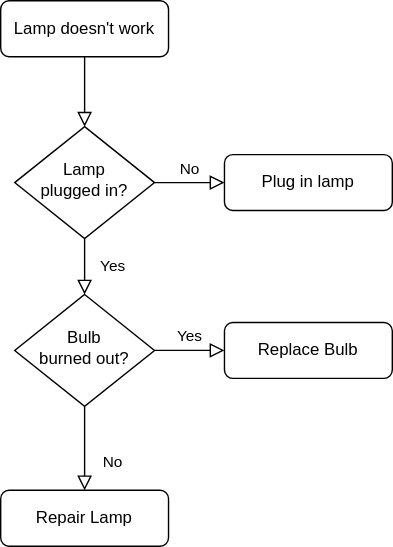
Earlier version of the draw.io export Flow-Planning.drawio.svg (anixn/Diagrams.net). Source tidied: cells renumbered, new cells last; positions are measured from the earlier drawing's top-left corner, leaving out a move shared by most shapes.
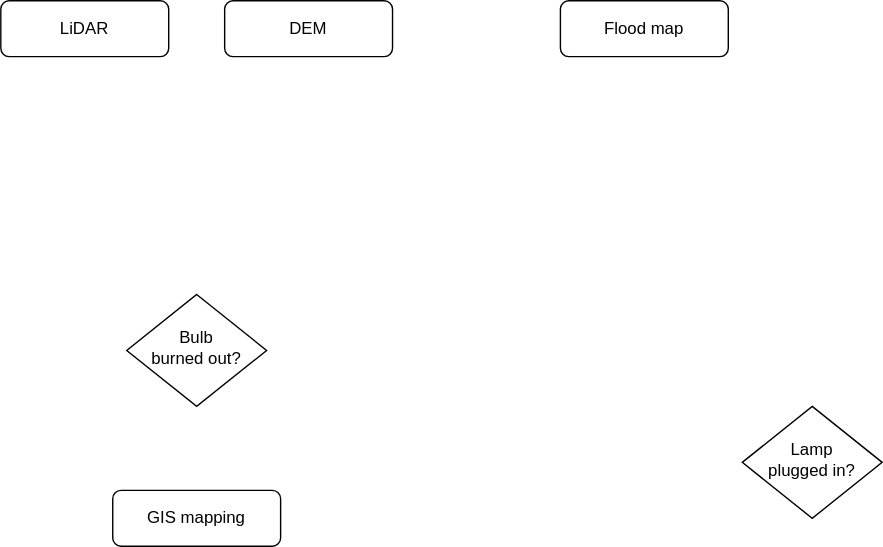
The same file after the commit.

Change to the diagram source:
```diff
@@ -2,38 +2,23 @@
   <root>
     <mxCell id="0" />
     <mxCell id="1" parent="0" />
-    <mxCell id="2" style="rounded=0;html=1;jettySize=auto;fontSize=11;endArrow=block;endFill=0;endSize=8;strokeWidth=1;shadow=0;labelBackgroundColor=none;edgeStyle=orthogonalEdgeStyle;" parent="1" edge="1" source="3" target="6">
-      <mxGeometry relative="1" as="geometry" />
-    </mxCell>
-    <mxCell id="3" value="Lamp doesn't work" style="rounded=1;whiteSpace=wrap;html=1;fontSize=12;glass=0;strokeWidth=1;shadow=0;" parent="1" vertex="1">
-      <mxGeometry width="120" height="40" as="geometry" />
+    <mxCell id="3" value="LiDAR" style="rounded=1;whiteSpace=wrap;html=1;fontSize=12;glass=0;strokeWidth=1;shadow=0;" parent="1" vertex="1">
+      <mxGeometry x="-80" width="120" height="40" as="geometry" />
     </mxCell>
-    <mxCell id="4" value="Yes" style="rounded=0;html=1;jettySize=auto;fontSize=11;endArrow=block;endFill=0;endSize=8;strokeWidth=1;shadow=0;labelBackgroundColor=none;edgeStyle=orthogonalEdgeStyle;" parent="1" edge="1" source="6" target="10">
-      <mxGeometry y="20" relative="1" as="geometry" />
-    </mxCell>
-    <mxCell id="5" value="No" style="edgeStyle=orthogonalEdgeStyle;rounded=0;html=1;jettySize=auto;fontSize=11;endArrow=block;endFill=0;endSize=8;strokeWidth=1;shadow=0;labelBackgroundColor=none;" parent="1" edge="1" source="6" target="7">
-      <mxGeometry y="10" relative="1" as="geometry" />
-    </mxCell>
     <mxCell id="6" value="Lamp&lt;br&gt;plugged in?" style="rhombus;whiteSpace=wrap;html=1;shadow=0;fontFamily=Helvetica;fontSize=12;align=center;strokeWidth=1;spacing=6;spacingTop=-4;" parent="1" vertex="1">
-      <mxGeometry x="10" y="90" width="100" height="80" as="geometry" />
+      <mxGeometry x="450" y="290" width="100" height="80" as="geometry" />
     </mxCell>
-    <mxCell id="7" value="Plug in lamp" style="rounded=1;whiteSpace=wrap;html=1;fontSize=12;glass=0;strokeWidth=1;shadow=0;" parent="1" vertex="1">
-      <mxGeometry x="160" y="110" width="120" height="40" as="geometry" />
+    <mxCell id="7" value="DEM" style="rounded=1;whiteSpace=wrap;html=1;fontSize=12;glass=0;strokeWidth=1;shadow=0;" parent="1" vertex="1">
+      <mxGeometry x="80" width="120" height="40" as="geometry" />
     </mxCell>
-    <mxCell id="8" value="No" style="rounded=0;html=1;jettySize=auto;fontSize=11;endArrow=block;endFill=0;endSize=8;strokeWidth=1;shadow=0;labelBackgroundColor=none;edgeStyle=orthogonalEdgeStyle;" parent="1" edge="1" source="10" target="11">
-      <mxGeometry x="0.33" y="20" relative="1" as="geometry" />
-    </mxCell>
-    <mxCell id="9" value="Yes" style="edgeStyle=orthogonalEdgeStyle;rounded=0;html=1;jettySize=auto;fontSize=11;endArrow=block;endFill=0;endSize=8;strokeWidth=1;shadow=0;labelBackgroundColor=none;" parent="1" edge="1" source="10" target="12">
-      <mxGeometry y="10" relative="1" as="geometry" />
-    </mxCell>
     <mxCell id="10" value="Bulb&lt;br&gt;burned out?" style="rhombus;whiteSpace=wrap;html=1;shadow=0;fontFamily=Helvetica;fontSize=12;align=center;strokeWidth=1;spacing=6;spacingTop=-4;" parent="1" vertex="1">
       <mxGeometry x="10" y="210" width="100" height="80" as="geometry" />
     </mxCell>
-    <mxCell id="11" value="Repair Lamp" style="rounded=1;whiteSpace=wrap;html=1;fontSize=12;glass=0;strokeWidth=1;shadow=0;" parent="1" vertex="1">
+    <mxCell id="11" value="GIS mapping" style="rounded=1;whiteSpace=wrap;html=1;fontSize=12;glass=0;strokeWidth=1;shadow=0;" parent="1" vertex="1">
       <mxGeometry y="350" width="120" height="40" as="geometry" />
     </mxCell>
-    <mxCell id="12" value="Replace Bulb" style="rounded=1;whiteSpace=wrap;html=1;fontSize=12;glass=0;strokeWidth=1;shadow=0;" parent="1" vertex="1">
-      <mxGeometry x="160" y="230" width="120" height="40" as="geometry" />
+    <mxCell id="12" value="Flood map" style="rounded=1;whiteSpace=wrap;html=1;fontSize=12;glass=0;strokeWidth=1;shadow=0;" parent="1" vertex="1">
+      <mxGeometry x="320" width="120" height="40" as="geometry" />
     </mxCell>
   </root>
 </mxGraphModel>
```
